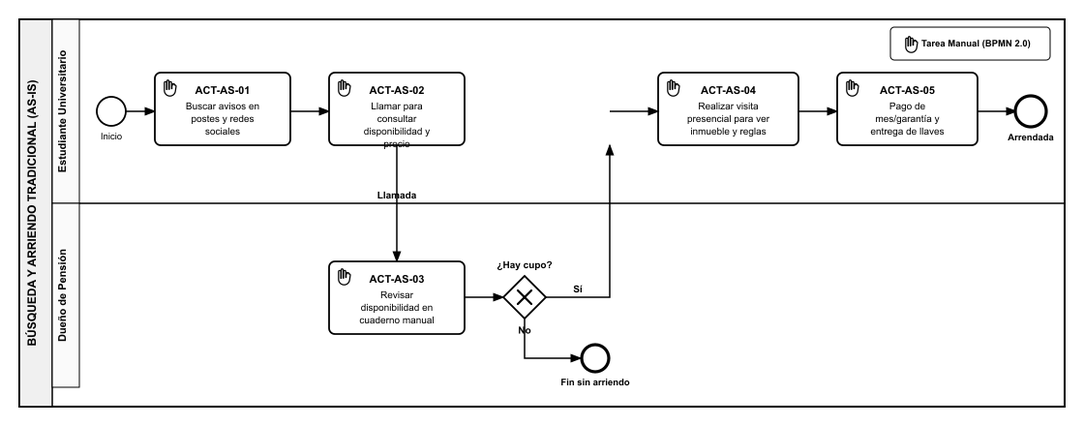
The BPMN diagram assets/diagramas/as-is.png in busca-tunido-requisitos/entrega-1, before a commit. Its source is kept beside it as assets/diagramas/as-is.bpmn. Ids are renumbered.
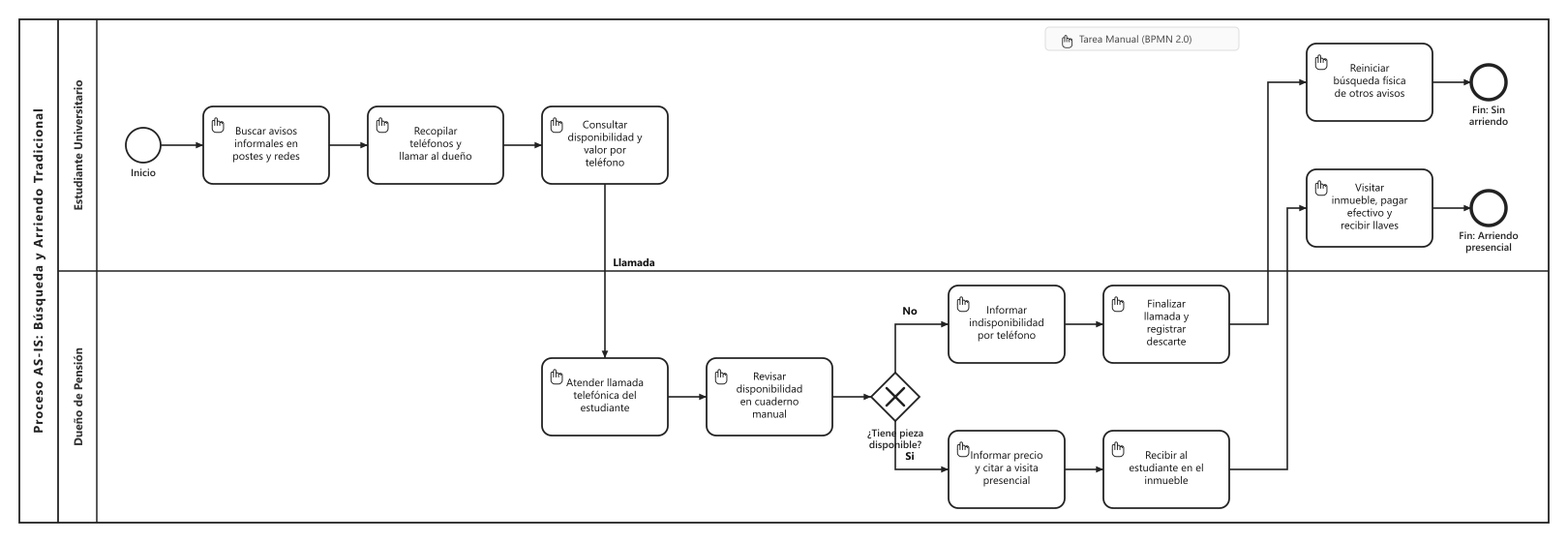
The same diagram one commit later.

Commit message:
feat(bpmn): update AS-IS and TO-BE to interactive reservation flow matching reference design

Change to the diagram source:
```diff
@@ -8,134 +8,208 @@
                   exporter="Camunda Modeler"
                   exporterVersion="5.20.0">
   <bpmn:collaboration id="Collaboration_AS_IS">
-    <bpmn:participant id="Participant_AS_IS" name="Búsqueda y Arriendo Tradicional de Pensiones Universitarias (AS-IS)" processRef="Process_AS_IS" />
+    <bpmn:participant id="Participant_AS_IS" name="Proceso AS-IS: Búsqueda y Arriendo Tradicional" processRef="Process_AS_IS" />
   </bpmn:collaboration>
   <bpmn:process id="Process_AS_IS" isExecutable="false">
     <bpmn:laneSet id="LaneSet_AS_IS">
       <bpmn:lane id="Lane_Estudiante" name="Estudiante Universitario">
-        <bpmn:flowNodeRef>Start_Estudiante</bpmn:flowNodeRef>
+        <bpmn:flowNodeRef>Start_ASIS</bpmn:flowNodeRef>
         <bpmn:flowNodeRef>ACT_AS_01</bpmn:flowNodeRef>
         <bpmn:flowNodeRef>ACT_AS_02</bpmn:flowNodeRef>
+        <bpmn:flowNodeRef>ACT_AS_03</bpmn:flowNodeRef>
+        <bpmn:flowNodeRef>ACT_AS_08</bpmn:flowNodeRef>
+        <bpmn:flowNodeRef>End_SinCupo_AS</bpmn:flowNodeRef>
+        <bpmn:flowNodeRef>ACT_AS_11</bpmn:flowNodeRef>
+        <bpmn:flowNodeRef>End_Arriendo_AS</bpmn:flowNodeRef>
+      </bpmn:lane>
+      <bpmn:lane id="Lane_Dueno" name="Dueño de Pensión">
         <bpmn:flowNodeRef>ACT_AS_04</bpmn:flowNodeRef>
         <bpmn:flowNodeRef>ACT_AS_05</bpmn:flowNodeRef>
-        <bpmn:flowNodeRef>End_Arrendado</bpmn:flowNodeRef>
-      </bpmn:lane>
-      <bpmn:lane id="Lane_Dueno" name="Dueño de Pensión">
-        <bpmn:flowNodeRef>ACT_AS_03</bpmn:flowNodeRef>
         <bpmn:flowNodeRef>Gateway_Cupo</bpmn:flowNodeRef>
-        <bpmn:flowNodeRef>End_SinCupo</bpmn:flowNodeRef>
+        <bpmn:flowNodeRef>ACT_AS_06</bpmn:flowNodeRef>
+        <bpmn:flowNodeRef>ACT_AS_07</bpmn:flowNodeRef>
+        <bpmn:flowNodeRef>ACT_AS_09</bpmn:flowNodeRef>
+        <bpmn:flowNodeRef>ACT_AS_10</bpmn:flowNodeRef>
       </bpmn:lane>
     </bpmn:laneSet>
 
-    <bpmn:startEvent id="Start_Estudiante" name="Necesita pensión" />
-    <bpmn:manualTask id="ACT_AS_01" name="ACT-AS-01: Buscar avisos informales en postes y redes sociales" />
-    <bpmn:manualTask id="ACT_AS_02" name="ACT-AS-02: Llamar al dueño para consultar disponibilidad y precio" />
-    <bpmn:manualTask id="ACT_AS_03" name="ACT-AS-03: Revisar disponibilidad en cuaderno manual" />
-    <bpmn:exclusiveGateway id="Gateway_Cupo" name="¿Hay pieza disponible?" />
-    <bpmn:manualTask id="ACT_AS_04" name="ACT-AS-04: Realizar visita presencial para conocer inmueble y reglas" />
-    <bpmn:manualTask id="ACT_AS_05" name="ACT-AS-05: Pago de mes/garantía y entrega manual de llaves" />
-    <bpmn:endEvent id="End_Arrendado" name="Habitación arrendada" />
-    <bpmn:endEvent id="End_SinCupo" name="Fin sin arriendo" />
+    <bpmn:startEvent id="Start_ASIS" name="Inicio" />
+    <bpmn:manualTask id="ACT_AS_01" name="Buscar avisos informales en postes y redes" />
+    <bpmn:manualTask id="ACT_AS_02" name="Recopilar teléfonos y llamar al dueño" />
+    <bpmn:manualTask id="ACT_AS_03" name="Consultar disponibilidad y valor por teléfono" />
 
-    <bpmn:sequenceFlow id="f1" sourceRef="Start_Estudiante" targetRef="ACT_AS_01" />
-    <bpmn:sequenceFlow id="f2" sourceRef="ACT_AS_01" targetRef="ACT_AS_02" />
-    <bpmn:sequenceFlow id="f3" sourceRef="ACT_AS_02" targetRef="ACT_AS_03" />
-    <bpmn:sequenceFlow id="f4" sourceRef="ACT_AS_03" targetRef="Gateway_Cupo" />
-    <bpmn:sequenceFlow id="fNo" name="No" sourceRef="Gateway_Cupo" targetRef="End_SinCupo" />
-    <bpmn:sequenceFlow id="fSi" name="Sí" sourceRef="Gateway_Cupo" targetRef="ACT_AS_04" />
-    <bpmn:sequenceFlow id="f5" sourceRef="ACT_AS_04" targetRef="ACT_AS_05" />
-    <bpmn:sequenceFlow id="f6" sourceRef="ACT_AS_05" targetRef="End_Arrendado" />
+    <bpmn:manualTask id="ACT_AS_04" name="Atender llamada telefónica del estudiante" />
+    <bpmn:manualTask id="ACT_AS_05" name="Revisar disponibilidad en cuaderno manual" />
+    <bpmn:exclusiveGateway id="Gateway_Cupo" name="¿Tiene pieza disponible?" />
+
+    <bpmn:manualTask id="ACT_AS_06" name="Informar indisponibilidad por teléfono" />
+    <bpmn:manualTask id="ACT_AS_07" name="Finalizar llamada y registrar descarte" />
+    <bpmn:manualTask id="ACT_AS_08" name="Reiniciar búsqueda física de otros avisos" />
+    <bpmn:endEvent id="End_SinCupo_AS" name="Fin: Sin arriendo" />
+
+    <bpmn:manualTask id="ACT_AS_09" name="Informar precio y citar a visita presencial" />
+    <bpmn:manualTask id="ACT_AS_10" name="Recibir al estudiante en el inmueble" />
+    <bpmn:manualTask id="ACT_AS_11" name="Visitar inmueble, pagar efectivo y recibir llaves" />
+    <bpmn:endEvent id="End_Arriendo_AS" name="Fin: Arriendo presencial" />
+
+    <bpmn:sequenceFlow id="Flow_AS_1" sourceRef="Start_ASIS" targetRef="ACT_AS_01" />
+    <bpmn:sequenceFlow id="Flow_AS_2" sourceRef="ACT_AS_01" targetRef="ACT_AS_02" />
+    <bpmn:sequenceFlow id="Flow_AS_3" sourceRef="ACT_AS_02" targetRef="ACT_AS_03" />
+    <bpmn:sequenceFlow id="Flow_AS_4" name="Llamada" sourceRef="ACT_AS_03" targetRef="ACT_AS_04" />
+    <bpmn:sequenceFlow id="Flow_AS_5" sourceRef="ACT_AS_04" targetRef="ACT_AS_05" />
+    <bpmn:sequenceFlow id="Flow_AS_6" sourceRef="ACT_AS_05" targetRef="Gateway_Cupo" />
+    <bpmn:sequenceFlow id="Flow_AS_No" name="No" sourceRef="Gateway_Cupo" targetRef="ACT_AS_06" />
+    <bpmn:sequenceFlow id="Flow_AS_7" sourceRef="ACT_AS_06" targetRef="ACT_AS_07" />
+    <bpmn:sequenceFlow id="Flow_AS_8" sourceRef="ACT_AS_07" targetRef="ACT_AS_08" />
+    <bpmn:sequenceFlow id="Flow_AS_9" sourceRef="ACT_AS_08" targetRef="End_SinCupo_AS" />
+    <bpmn:sequenceFlow id="Flow_AS_Si" name="Si" sourceRef="Gateway_Cupo" targetRef="ACT_AS_09" />
+    <bpmn:sequenceFlow id="Flow_AS_10" sourceRef="ACT_AS_09" targetRef="ACT_AS_10" />
+    <bpmn:sequenceFlow id="Flow_AS_11" sourceRef="ACT_AS_10" targetRef="ACT_AS_11" />
+    <bpmn:sequenceFlow id="Flow_AS_12" sourceRef="ACT_AS_11" targetRef="End_Arriendo_AS" />
   </bpmn:process>
   <bpmndi:BPMNDiagram id="BPMNDiagram_1">
     <bpmndi:BPMNPlane id="BPMNPlane_1" bpmnElement="Collaboration_AS_IS">
       <bpmndi:BPMNShape id="Participant_AS_IS_di" bpmnElement="Participant_AS_IS" isHorizontal="true">
-        <dc:Bounds x="160" y="80" width="1120" height="440" />
+        <dc:Bounds x="20" y="20" width="1580" height="520" />
       </bpmndi:BPMNShape>
       <bpmndi:BPMNShape id="Lane_Estudiante_di" bpmnElement="Lane_Estudiante" isHorizontal="true">
-        <dc:Bounds x="190" y="80" width="1090" height="220" />
+        <dc:Bounds x="50" y="20" width="1550" height="260" />
       </bpmndi:BPMNShape>
       <bpmndi:BPMNShape id="Lane_Dueno_di" bpmnElement="Lane_Dueno" isHorizontal="true">
-        <dc:Bounds x="190" y="300" width="1090" height="220" />
+        <dc:Bounds x="50" y="280" width="1550" height="260" />
       </bpmndi:BPMNShape>
-      <bpmndi:BPMNShape id="Start_Estudiante_di" bpmnElement="Start_Estudiante">
-        <dc:Bounds x="240" y="172" width="36" height="36" />
+
+      <bpmndi:BPMNShape id="Start_ASIS_di" bpmnElement="Start_ASIS">
+        <dc:Bounds x="130" y="132" width="36" height="36" />
         <bpmndi:BPMNLabel>
-          <dc:Bounds x="216" y="215" width="84" height="14" />
+          <dc:Bounds x="135" y="175" width="26" height="14" />
         </bpmndi:BPMNLabel>
       </bpmndi:BPMNShape>
       <bpmndi:BPMNShape id="ACT_AS_01_di" bpmnElement="ACT_AS_01">
-        <dc:Bounds x="330" y="150" width="120" height="80" />
+        <dc:Bounds x="210" y="110" width="130" height="80" />
       </bpmndi:BPMNShape>
       <bpmndi:BPMNShape id="ACT_AS_02_di" bpmnElement="ACT_AS_02">
-        <dc:Bounds x="500" y="150" width="120" height="80" />
+        <dc:Bounds x="380" y="110" width="140" height="80" />
       </bpmndi:BPMNShape>
       <bpmndi:BPMNShape id="ACT_AS_03_di" bpmnElement="ACT_AS_03">
-        <dc:Bounds x="500" y="370" width="120" height="80" />
+        <dc:Bounds x="560" y="110" width="130" height="80" />
+      </bpmndi:BPMNShape>
+
+      <bpmndi:BPMNShape id="ACT_AS_04_di" bpmnElement="ACT_AS_04">
+        <dc:Bounds x="560" y="370" width="130" height="80" />
+      </bpmndi:BPMNShape>
+      <bpmndi:BPMNShape id="ACT_AS_05_di" bpmnElement="ACT_AS_05">
+        <dc:Bounds x="730" y="370" width="130" height="80" />
       </bpmndi:BPMNShape>
       <bpmndi:BPMNShape id="Gateway_Cupo_di" bpmnElement="Gateway_Cupo" isMarkerVisible="true">
-        <dc:Bounds x="670" y="385" width="50" height="50" />
+        <dc:Bounds x="900" y="385" width="50" height="50" />
         <bpmndi:BPMNLabel>
-          <dc:Bounds x="664" y="442" width="62" height="27" />
+          <dc:Bounds x="888" y="442" width="75" height="27" />
         </bpmndi:BPMNLabel>
       </bpmndi:BPMNShape>
-      <bpmndi:BPMNShape id="End_SinCupo_di" bpmnElement="End_SinCupo">
-        <dc:Bounds x="780" y="472" width="36" height="36" />
+
+      <bpmndi:BPMNShape id="ACT_AS_06_di" bpmnElement="ACT_AS_06">
+        <dc:Bounds x="980" y="295" width="120" height="80" />
+      </bpmndi:BPMNShape>
+      <bpmndi:BPMNShape id="ACT_AS_07_di" bpmnElement="ACT_AS_07">
+        <dc:Bounds x="1140" y="295" width="130" height="80" />
+      </bpmndi:BPMNShape>
+      <bpmndi:BPMNShape id="ACT_AS_08_di" bpmnElement="ACT_AS_08">
+        <dc:Bounds x="1350" y="45" width="130" height="80" />
+      </bpmndi:BPMNShape>
+      <bpmndi:BPMNShape id="End_SinCupo_AS_di" bpmnElement="End_SinCupo_AS">
+        <dc:Bounds x="1520" y="67" width="36" height="36" />
         <bpmndi:BPMNLabel>
-          <dc:Bounds x="760" y="515" width="76" height="14" />
+          <dc:Bounds x="1498" y="110" width="81" height="14" />
         </bpmndi:BPMNLabel>
       </bpmndi:BPMNShape>
-      <bpmndi:BPMNShape id="ACT_AS_04_di" bpmnElement="ACT_AS_04">
-        <dc:Bounds x="840" y="150" width="120" height="80" />
+
+      <bpmndi:BPMNShape id="ACT_AS_09_di" bpmnElement="ACT_AS_09">
+        <dc:Bounds x="980" y="445" width="120" height="80" />
       </bpmndi:BPMNShape>
-      <bpmndi:BPMNShape id="ACT_AS_05_di" bpmnElement="ACT_AS_05">
-        <dc:Bounds x="1010" y="150" width="120" height="80" />
+      <bpmndi:BPMNShape id="ACT_AS_10_di" bpmnElement="ACT_AS_10">
+        <dc:Bounds x="1140" y="445" width="130" height="80" />
       </bpmndi:BPMNShape>
-      <bpmndi:BPMNShape id="End_Arrendado_di" bpmnElement="End_Arrendado">
-        <dc:Bounds x="1180" y="172" width="36" height="36" />
+      <bpmndi:BPMNShape id="ACT_AS_11_di" bpmnElement="ACT_AS_11">
+        <dc:Bounds x="1350" y="175" width="130" height="80" />
+      </bpmndi:BPMNShape>
+      <bpmndi:BPMNShape id="End_Arriendo_AS_di" bpmnElement="End_Arriendo_AS">
+        <dc:Bounds x="1520" y="197" width="36" height="36" />
         <bpmndi:BPMNLabel>
-          <dc:Bounds x="1170" y="215" width="56" height="27" />
+          <dc:Bounds x="1506" y="240" width="65" height="27" />
         </bpmndi:BPMNLabel>
       </bpmndi:BPMNShape>
-      <bpmndi:BPMNEdge id="f1_di" bpmnElement="f1">
-        <di:waypoint x="276" y="190" />
-        <di:waypoint x="330" y="190" />
+
+      <bpmndi:BPMNEdge id="Flow_AS_1_di" bpmnElement="Flow_AS_1">
+        <di:waypoint x="166" y="150" />
+        <di:waypoint x="210" y="150" />
       </bpmndi:BPMNEdge>
-      <bpmndi:BPMNEdge id="f2_di" bpmnElement="f2">
-        <di:waypoint x="450" y="190" />
-        <di:waypoint x="500" y="190" />
+      <bpmndi:BPMNEdge id="Flow_AS_2_di" bpmnElement="Flow_AS_2">
+        <di:waypoint x="340" y="150" />
+        <di:waypoint x="380" y="150" />
       </bpmndi:BPMNEdge>
-      <bpmndi:BPMNEdge id="f3_di" bpmnElement="f3">
-        <di:waypoint x="560" y="230" />
-        <di:waypoint x="560" y="370" />
+      <bpmndi:BPMNEdge id="Flow_AS_3_di" bpmnElement="Flow_AS_3">
+        <di:waypoint x="520" y="150" />
+        <di:waypoint x="560" y="150" />
       </bpmndi:BPMNEdge>
-      <bpmndi:BPMNEdge id="f4_di" bpmnElement="f4">
-        <di:waypoint x="620" y="410" />
-        <di:waypoint x="670" y="410" />
-      </bpmndi:BPMNEdge>
-      <bpmndi:BPMNEdge id="fNo_di" bpmnElement="fNo">
-        <di:waypoint x="695" y="435" />
-        <di:waypoint x="695" y="490" />
-        <di:waypoint x="780" y="490" />
+      <bpmndi:BPMNEdge id="Flow_AS_4_di" bpmnElement="Flow_AS_4">
+        <di:waypoint x="625" y="190" />
+        <di:waypoint x="625" y="370" />
         <bpmndi:BPMNLabel>
-          <dc:Bounds x="702" y="455" width="15" height="14" />
+          <dc:Bounds x="635" y="275" width="44" height="14" />
         </bpmndi:BPMNLabel>
       </bpmndi:BPMNEdge>
-      <bpmndi:BPMNEdge id="fSi_di" bpmnElement="fSi">
-        <di:waypoint x="720" y="410" />
-        <di:waypoint x="780" y="410" />
-        <di:waypoint x="780" y="190" />
-        <di:waypoint x="840" y="190" />
+      <bpmndi:BPMNEdge id="Flow_AS_5_di" bpmnElement="Flow_AS_5">
+        <di:waypoint x="690" y="410" />
+        <di:waypoint x="730" y="410" />
+      </bpmndi:BPMNEdge>
+      <bpmndi:BPMNEdge id="Flow_AS_6_di" bpmnElement="Flow_AS_6">
+        <di:waypoint x="860" y="410" />
+        <di:waypoint x="900" y="410" />
+      </bpmndi:BPMNEdge>
+      <bpmndi:BPMNEdge id="Flow_AS_No_di" bpmnElement="Flow_AS_No">
+        <di:waypoint x="925" y="385" />
+        <di:waypoint x="925" y="335" />
+        <di:waypoint x="980" y="335" />
         <bpmndi:BPMNLabel>
-          <dc:Bounds x="739" y="392" width="12" height="14" />
+          <dc:Bounds x="933" y="318" width="15" height="14" />
         </bpmndi:BPMNLabel>
       </bpmndi:BPMNEdge>
-      <bpmndi:BPMNEdge id="f5_di" bpmnElement="f5">
-        <di:waypoint x="960" y="190" />
-        <di:waypoint x="1010" y="190" />
+      <bpmndi:BPMNEdge id="Flow_AS_7_di" bpmnElement="Flow_AS_7">
+        <di:waypoint x="1100" y="335" />
+        <di:waypoint x="1140" y="335" />
       </bpmndi:BPMNEdge>
-      <bpmndi:BPMNEdge id="f6_di" bpmnElement="f6">
-        <di:waypoint x="1130" y="190" />
-        <di:waypoint x="1180" y="190" />
+      <bpmndi:BPMNEdge id="Flow_AS_8_di" bpmnElement="Flow_AS_8">
+        <di:waypoint x="1270" y="335" />
+        <di:waypoint x="1310" y="335" />
+        <di:waypoint x="1310" y="85" />
+        <di:waypoint x="1350" y="85" />
+      </bpmndi:BPMNEdge>
+      <bpmndi:BPMNEdge id="Flow_AS_9_di" bpmnElement="Flow_AS_9">
+        <di:waypoint x="1480" y="85" />
+        <di:waypoint x="1520" y="85" />
+      </bpmndi:BPMNEdge>
+      <bpmndi:BPMNEdge id="Flow_AS_Si_di" bpmnElement="Flow_AS_Si">
+        <di:waypoint x="925" y="435" />
+        <di:waypoint x="925" y="485" />
+        <di:waypoint x="980" y="485" />
+        <bpmndi:BPMNLabel>
+          <dc:Bounds x="935" y="468" width="11" height="14" />
+        </bpmndi:BPMNLabel>
+      </bpmndi:BPMNEdge>
+      <bpmndi:BPMNEdge id="Flow_AS_10_di" bpmnElement="Flow_AS_10">
+        <di:waypoint x="1100" y="485" />
+        <di:waypoint x="1140" y="485" />
+      </bpmndi:BPMNEdge>
+      <bpmndi:BPMNEdge id="Flow_AS_11_di" bpmnElement="Flow_AS_11">
+        <di:waypoint x="1270" y="485" />
+        <di:waypoint x="1330" y="485" />
+        <di:waypoint x="1330" y="215" />
+        <di:waypoint x="1350" y="215" />
+      </bpmndi:BPMNEdge>
+      <bpmndi:BPMNEdge id="Flow_AS_12_di" bpmnElement="Flow_AS_12">
+        <di:waypoint x="1480" y="215" />
+        <di:waypoint x="1520" y="215" />
       </bpmndi:BPMNEdge>
     </bpmndi:BPMNPlane>
   </bpmndi:BPMNDiagram>
```
